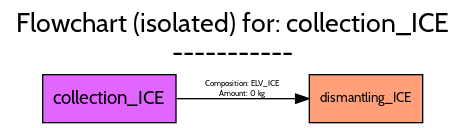
Earlier version of the Graphviz export src/examples/ELV/figures/flowcharts/processes/png/collection_ICE.png (FutuRaM-Project/Recovery-Model). Its source is kept beside it as src/examples/ELV/figures/flowcharts/processes/dot/collection_ICE.dot.
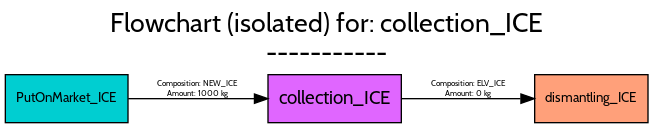
After the change.

Change to the diagram source:
```diff
@@ -1,5 +1,5 @@
 digraph {
-	graph [bb="0,0,341,88",
+	graph [bb="0,0,482,88",
 		font=Cabin,
 		fontname=Cabin,
 		fontsize=20,
@@ -8,34 +8,49 @@
 		labeljust=c,
 		labelloc=tc,
 		lheight=0.61,
-		lp="170.5,62",
+		lp="241,62",
 		lwidth=4.51,
 		nodesep=0.6,
 		rankdir=LR,
 		ranksep=0.6
 	];
 	node [label="\N"];
+	collection_ICE	[fillcolor=mediumorchid1,
+		fontname=Cabin,
+		fontsize=14,
+		height=0.5,
+		pos="247,18",
+		shape=box,
+		style=filled,
+		width=1.3889];
 	dismantling_ICE	[fillcolor=lightsalmon1,
 		fontname=Cabin,
 		fontsize=10,
 		height=0.5,
-		pos="270.5,18",
+		pos="439.5,18",
 		shape=box,
 		style=filled,
 		width=1.1806];
-	collection_ICE	[fillcolor=mediumorchid1,
-		fontname=Cabin,
-		fontsize=14,
-		height=0.5,
-		pos="78,18",
-		shape=box,
-		style=filled,
-		width=1.3889];
 	collection_ICE -> dismantling_ICE	[color=black,
 		fontname=Cabin,
 		fontsize=6,
 		label="Composition: ELV_ICE
 Amount: 0 kg",
-		lp="178,25",
-		pos="e,227.71,18 128.06,18 155.43,18 189.51,18 217.37,18"];
+		lp="347,25",
+		pos="e,396.71,18 297.06,18 324.43,18 358.51,18 386.37,18"];
+	PutOnMarket_ICE	[fillcolor=darkturquoise,
+		fontname=Cabin,
+		fontsize=10,
+		height=0.5,
+		pos="46,18",
+		shape=box,
+		style=filled,
+		width=1.2778];
+	PutOnMarket_ICE -> collection_ICE	[color=black,
+		fontname=Cabin,
+		fontsize=6,
+		label="Composition: NEW_ICE
+Amount: 1000 kg",
+		lp="144.5,25",
+		pos="e,196.84,18 92.156,18 120.18,18 156.5,18 186.81,18"];
 }
```
